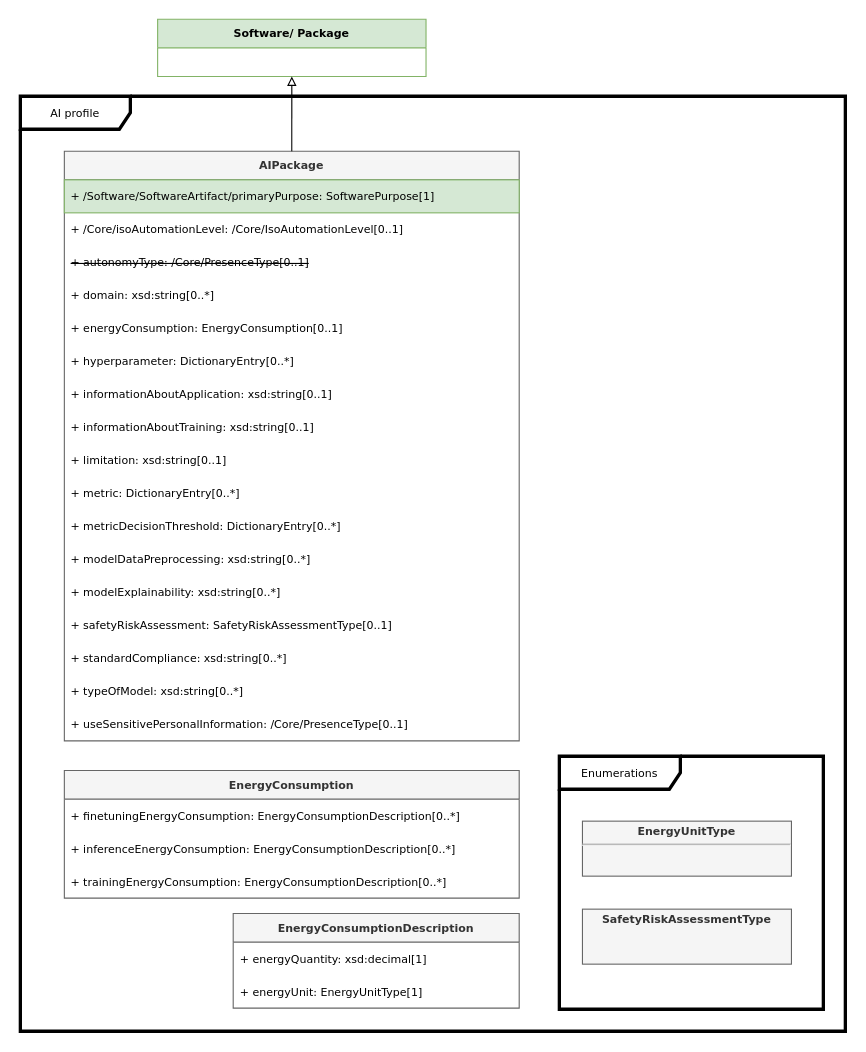
This is page "AI" (7 of 12) of docs/model.drawio from spdx/spdx-3-model, a draw.io file, before an edit. Source tidied: cells renumbered, new cells numbered last; positions are measured from the earlier drawing's top-left corner, leaving out a move shared by most shapes. Both pictures are drawn from the tidied source at 110%, with x=0, y=0 at pixel (20, 19).
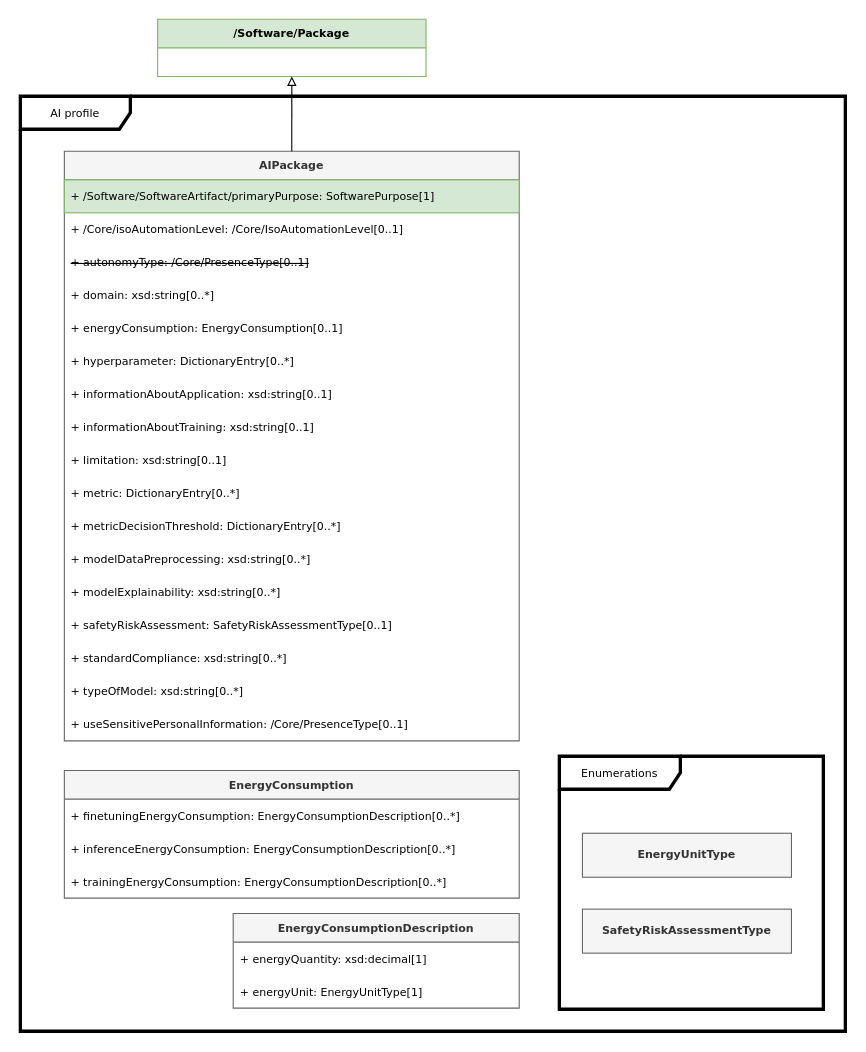
After the change.

Unchanged cells that the change refers to:
```xml
<mxCell id="30" style="group;" parent="1" vertex="1">
  <mxGeometry x="490" y="670" width="240" height="230" as="geometry" />
</mxCell>
```

Diff of the diagram source:
```diff
@@
-    <mxCell id="2" value="Software/ Package" style="swimlane;fontStyle=1;horizontal=1;startSize=26;fillColor=#d5e8d4;strokeColor=#82b366;fontFamily=Verdana;fontSize=10;" parent="1" vertex="1">
+    <mxCell id="2" value="/Software/Package" style="swimlane;fontStyle=1;horizontal=1;startSize=26;fillColor=#d5e8d4;strokeColor=#82b366;fontFamily=Verdana;fontSize=10;" parent="1" vertex="1">
       <mxGeometry x="124.8" width="244" height="52" as="geometry" />
     </mxCell>
@@
-    <mxCell id="32" value="&lt;p style=&quot;margin: 4px 0px 0px; text-align: center;&quot;&gt;&lt;b&gt;SafetyRiskAssessmentType&lt;/b&gt;&lt;/p&gt;&lt;p style=&quot;margin: 0px ; margin-left: 8px&quot;&gt;&lt;br&gt;&lt;/p&gt;" style="verticalAlign=top;align=left;overflow=fill;fontSize=10;fontFamily=Verdana;html=1;fillColor=#f5f5f5;strokeColor=#666666;fontColor=#333333;fontStyle=0;" parent="30" vertex="1">
-      <mxGeometry x="21" y="139" width="190" height="50" as="geometry" />
+    <mxCell id="32" value="&lt;p style=&quot;margin: 4px 0px 0px; text-align: center; padding-top: 10px;&quot;&gt;&lt;b&gt;SafetyRiskAssessmentType&lt;/b&gt;&lt;/p&gt;" style="verticalAlign=top;align=left;overflow=fill;fontSize=10;fontFamily=Verdana;html=1;fillColor=#f5f5f5;strokeColor=#666666;fontColor=#333333;fontStyle=0;" parent="30" vertex="1">
+      <mxGeometry x="21" y="139" width="190" height="40" as="geometry" />
     </mxCell>
-    <mxCell id="33" value="&lt;p style=&quot;margin: 4px 0px 0px; text-align: center;&quot;&gt;&lt;b&gt;EnergyUnitType&lt;/b&gt;&lt;/p&gt;&lt;hr&gt;&lt;p style=&quot;margin: 0px ; margin-left: 8px&quot;&gt;&lt;br&gt;&lt;/p&gt;" style="verticalAlign=top;align=left;overflow=fill;fontSize=10;fontFamily=Verdana;html=1;fillColor=#f5f5f5;strokeColor=#666666;fontColor=#333333;fontStyle=0;" parent="30" vertex="1">
-      <mxGeometry x="21" y="59" width="190" height="50" as="geometry" />
+    <mxCell id="33" value="&lt;p style=&quot;margin: 4px 0px 0px; text-align: center; padding-top: 10px;&quot;&gt;&lt;b&gt;EnergyUnitType&lt;/b&gt;&lt;/p&gt;" style="verticalAlign=top;align=left;overflow=fill;fontSize=10;fontFamily=Verdana;html=1;fillColor=#f5f5f5;strokeColor=#666666;fontColor=#333333;fontStyle=0;" parent="30" vertex="1">
+      <mxGeometry x="21" y="70" width="190" height="40" as="geometry" />
     </mxCell>
```
